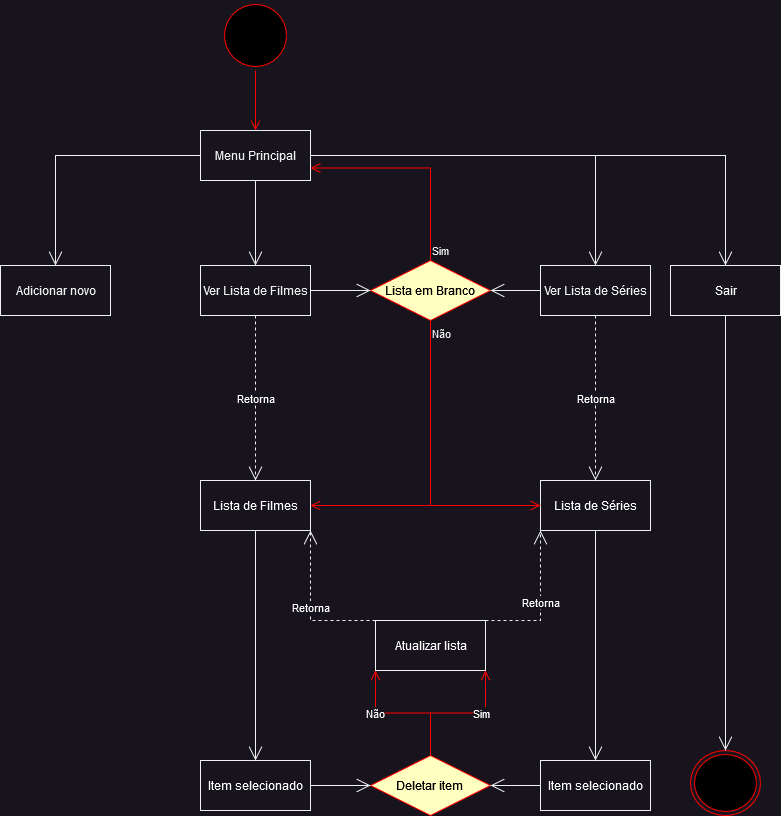
ClaudemirWS/Praticando_Java keeps this draw.io diagram as Curso Técnico - SENAC/Projeto Integrador/Projeto Integrador 2  - Assistente de Desenvolvimento de Sistemas/Etapa 2/Diagramas/Diagrama de Atividades - Deletar item.png. Above is the earlier version. Source tidied: cells renumbered, new cells last; positions are measured from the earlier drawing's top-left corner, leaving out a move shared by most shapes.
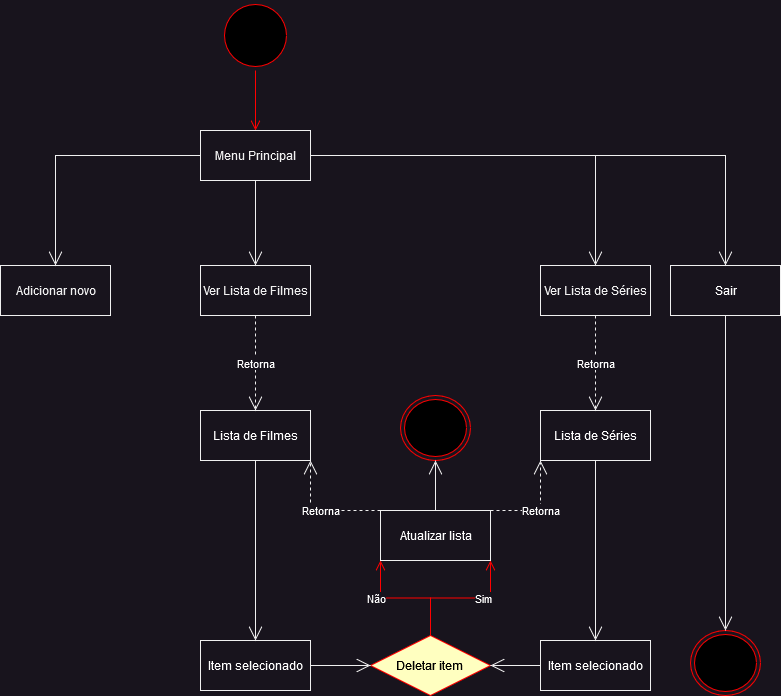
The same file after the commit.

Diff of the diagram source:
```diff
@@ -37,26 +37,11 @@
     <mxCell id="10" style="endArrow=open;endFill=1;endSize=12;html=1;rounded=0;exitX=0.5;exitY=1;exitDx=0;exitDy=0;entryX=0.5;entryY=0;entryDx=0;entryDy=0;" parent="1" edge="1" source="4" target="6">
       <mxGeometry relative="1" as="geometry" />
     </mxCell>
-    <mxCell id="11" value="&lt;font color=&quot;#000000&quot;&gt;Lista em Branco&lt;br&gt;&lt;/font&gt;" style="rhombus;whiteSpace=wrap;html=1;fillColor=#ffffc0;strokeColor=#ff0000;" parent="1" vertex="1">
-      <mxGeometry x="370" y="260" width="120" height="60" as="geometry" />
-    </mxCell>
-    <mxCell id="12" value="Sim" style="edgeStyle=orthogonalEdgeStyle;html=1;align=left;verticalAlign=bottom;endArrow=open;endSize=8;strokeColor=#ff0000;rounded=0;entryX=1;entryY=0.75;entryDx=0;entryDy=0;exitX=0.5;exitY=0;exitDx=0;exitDy=0;" parent="1" edge="1" source="11" target="4">
-      <mxGeometry x="-1" relative="1" as="geometry" />
-    </mxCell>
-    <mxCell id="13" value="Não" style="edgeStyle=orthogonalEdgeStyle;html=1;align=left;verticalAlign=top;endArrow=open;endSize=8;strokeColor=#ff0000;rounded=0;entryX=1;entryY=0.5;entryDx=0;entryDy=0;exitX=0.5;exitY=1;exitDx=0;exitDy=0;" parent="1" edge="1" source="11" target="16">
-      <mxGeometry x="-1" relative="1" as="geometry" />
-    </mxCell>
-    <mxCell id="14" style="endArrow=open;endFill=1;endSize=12;html=1;rounded=0;fontColor=#000000;exitX=1;exitY=0.5;exitDx=0;exitDy=0;entryX=0;entryY=0.5;entryDx=0;entryDy=0;" parent="1" edge="1" source="6" target="11">
-      <mxGeometry relative="1" as="geometry" />
-    </mxCell>
-    <mxCell id="15" style="endArrow=open;endFill=1;endSize=12;html=1;rounded=0;fontColor=#000000;exitX=0;exitY=0.5;exitDx=0;exitDy=0;entryX=1;entryY=0.5;entryDx=0;entryDy=0;" parent="1" edge="1" source="7" target="11">
-      <mxGeometry relative="1" as="geometry" />
-    </mxCell>
     <mxCell id="16" value="&lt;div&gt;&lt;font color=&quot;#ffffff&quot;&gt;Lista de Filmes&lt;/font&gt;&lt;/div&gt;" style="html=1;fontColor=#000000;fillColor=#18141d;" parent="1" vertex="1">
-      <mxGeometry x="200" y="480" width="110" height="50" as="geometry" />
+      <mxGeometry x="200" y="410" width="110" height="50" as="geometry" />
     </mxCell>
     <mxCell id="17" value="&lt;font color=&quot;#ffffff&quot;&gt;Lista de Séries&lt;/font&gt;" style="html=1;fontColor=#000000;fillColor=#18141d;" parent="1" vertex="1">
-      <mxGeometry x="540" y="480" width="110" height="50" as="geometry" />
+      <mxGeometry x="540" y="410" width="110" height="50" as="geometry" />
     </mxCell>
     <mxCell id="18" value="Retorna" style="endArrow=open;endSize=12;dashed=1;html=1;rounded=0;fontColor=#ffffff;exitX=0.5;exitY=1;exitDx=0;exitDy=0;entryX=0.5;entryY=0;entryDx=0;entryDy=0;" parent="1" edge="1" source="6" target="16">
       <mxGeometry relative="1" as="geometry" />
@@ -64,9 +49,6 @@
     <mxCell id="19" value="Retorna" style="endArrow=open;endSize=12;dashed=1;html=1;rounded=0;fontColor=#ffffff;exitX=0.5;exitY=1;exitDx=0;exitDy=0;entryX=0.5;entryY=0;entryDx=0;entryDy=0;" parent="1" edge="1" source="7" target="17">
       <mxGeometry relative="1" as="geometry" />
     </mxCell>
-    <mxCell id="20" value="Não" style="edgeStyle=orthogonalEdgeStyle;html=1;align=left;verticalAlign=top;endArrow=open;endSize=8;strokeColor=#ff0000;rounded=0;entryX=0;entryY=0.5;entryDx=0;entryDy=0;exitX=0.5;exitY=1;exitDx=0;exitDy=0;" parent="1" edge="1" source="11" target="17">
-      <mxGeometry x="-1" relative="1" as="geometry" />
-    </mxCell>
     <mxCell id="21" value="Sair" style="html=1;fontColor=#ffffff;fillColor=#18141d;" parent="1" vertex="1">
       <mxGeometry x="670" y="265" width="110" height="50" as="geometry" />
     </mxCell>
@@ -78,16 +60,16 @@
       </mxGeometry>
     </mxCell>
     <mxCell id="23" style="ellipse;html=1;shape=endState;fillColor=#000000;strokeColor=#ff0000;fontColor=#ffffff;" parent="1" vertex="1">
-      <mxGeometry x="690" y="750" width="70" height="65" as="geometry" />
+      <mxGeometry x="690" y="630" width="70" height="65" as="geometry" />
     </mxCell>
     <mxCell id="24" style="endArrow=open;endFill=1;endSize=12;html=1;rounded=0;fontColor=#ffffff;exitX=0.5;exitY=1;exitDx=0;exitDy=0;" parent="1" edge="1" source="21" target="23">
       <mxGeometry relative="1" as="geometry" />
     </mxCell>
     <mxCell id="25" value="Item selecionado" style="html=1;fontColor=#ffffff;fillColor=#18141d;" parent="1" vertex="1">
-      <mxGeometry x="200" y="760" width="110" height="50" as="geometry" />
+      <mxGeometry x="200" y="640" width="110" height="50" as="geometry" />
     </mxCell>
     <mxCell id="26" value="Item selecionado" style="html=1;fontColor=#ffffff;fillColor=#18141d;" parent="1" vertex="1">
-      <mxGeometry x="540" y="760" width="110" height="50" as="geometry" />
+      <mxGeometry x="540" y="640" width="110" height="50" as="geometry" />
     </mxCell>
     <mxCell id="27" style="endArrow=open;endFill=1;endSize=12;html=1;rounded=0;fontColor=#ffffff;exitX=0.5;exitY=1;exitDx=0;exitDy=0;entryX=0.5;entryY=0;entryDx=0;entryDy=0;" parent="1" edge="1" source="16" target="25">
       <mxGeometry relative="1" as="geometry" />
@@ -96,7 +78,7 @@
       <mxGeometry relative="1" as="geometry" />
     </mxCell>
     <mxCell id="29" value="&lt;font color=&quot;#000000&quot;&gt;Deletar item&lt;br&gt;&lt;/font&gt;" style="rhombus;whiteSpace=wrap;html=1;fillColor=#ffffc0;strokeColor=#ff0000;" parent="1" vertex="1">
-      <mxGeometry x="370" y="755" width="120" height="60" as="geometry" />
+      <mxGeometry x="370" y="635" width="120" height="60" as="geometry" />
     </mxCell>
     <mxCell id="30" style="edgeStyle=orthogonalEdgeStyle;html=1;align=left;verticalAlign=top;endArrow=open;endSize=8;strokeColor=#ff0000;rounded=0;exitX=0.5;exitY=0;exitDx=0;exitDy=0;entryX=0;entryY=1;entryDx=0;entryDy=0;" parent="1" edge="1" source="29" target="36">
       <mxGeometry x="-1" relative="1" as="geometry" />
@@ -121,21 +103,27 @@
       <mxGeometry relative="1" as="geometry" />
     </mxCell>
     <mxCell id="36" value="Atualizar lista" style="html=1;fontColor=#FFFFFF;fillColor=#18141d;" parent="1" vertex="1">
-      <mxGeometry x="375" y="620" width="110" height="50" as="geometry" />
+      <mxGeometry x="380" y="510" width="110" height="50" as="geometry" />
     </mxCell>
     <mxCell id="37" value="&lt;div&gt;Retorna&lt;/div&gt;" style="endArrow=open;endSize=12;dashed=1;html=1;rounded=0;fontColor=#FFFFFF;exitX=0;exitY=0;exitDx=0;exitDy=0;entryX=1;entryY=1;entryDx=0;entryDy=0;" parent="1" edge="1" source="36" target="16">
       <mxGeometry x="0.01" relative="1" as="geometry">
         <Array as="points">
-          <mxPoint x="310" y="620" />
+          <mxPoint x="310" y="510" />
         </Array>
       </mxGeometry>
     </mxCell>
     <mxCell id="38" value="Retorna" style="endArrow=open;endSize=12;dashed=1;html=1;rounded=0;fontColor=#FFFFFF;exitX=1;exitY=0;exitDx=0;exitDy=0;entryX=0;entryY=1;entryDx=0;entryDy=0;" parent="1" edge="1" source="36" target="17">
       <mxGeometry relative="1" as="geometry">
         <Array as="points">
-          <mxPoint x="540" y="620" />
+          <mxPoint x="540" y="510" />
         </Array>
       </mxGeometry>
     </mxCell>
+    <mxCell id="39" style="ellipse;html=1;shape=endState;fillColor=#000000;strokeColor=#ff0000;fontColor=#ffffff;" parent="1" vertex="1">
+      <mxGeometry x="400" y="395" width="70" height="65" as="geometry" />
+    </mxCell>
+    <mxCell id="40" style="endArrow=open;endFill=1;endSize=12;html=1;rounded=0;fontColor=#ffffff;exitX=0.5;exitY=0;exitDx=0;exitDy=0;" parent="1" edge="1" source="36" target="39">
+      <mxGeometry relative="1" as="geometry" />
+    </mxCell>
   </root>
 </mxGraphModel>
```
